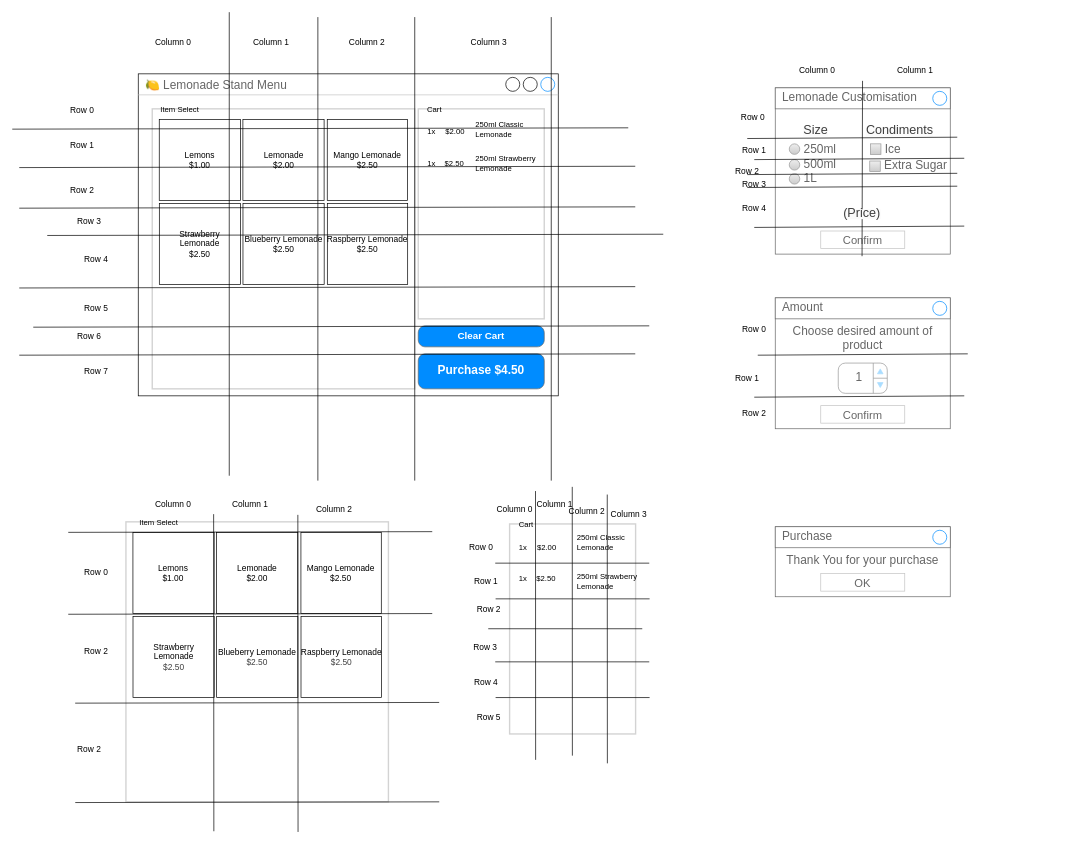
Earlier version of the draw.io diagram Lemonade_Stand_Sandbox.drawio (MAL-12DGT-2025/tkinter-projects-MichaelHayesMC). Source tidied: cells renumbered, new cells numbered last; positions are measured from the earlier drawing's top-left corner, leaving out a move shared by most shapes. Both pictures are drawn from the tidied source at 70%, with x=0, y=0 at pixel (12, 12).
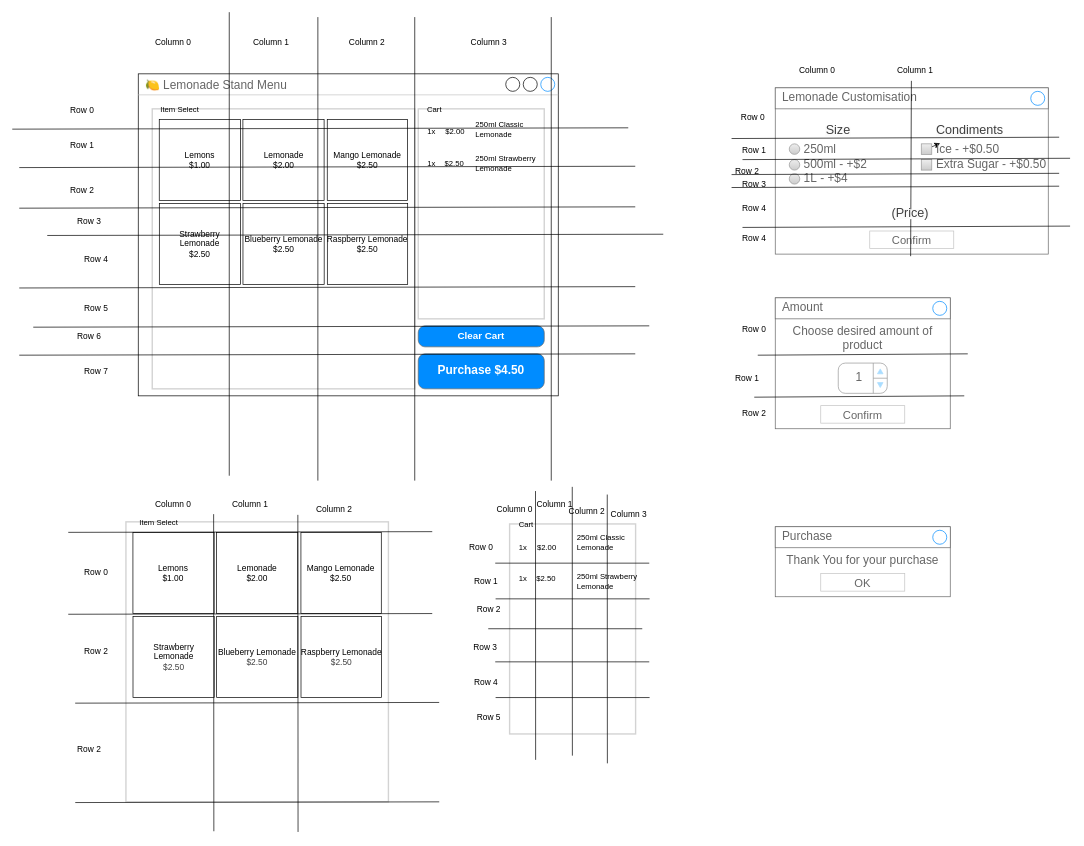
The same page after the edit.

Commit message (it also covers changes not shown here):
Finished popups

Diff of the diagram source:
```diff
@@
     <mxCell id="29" style="strokeWidth=1;shadow=0;dashed=0;align=center;html=1;shape=mxgraph.mockup.containers.rrect;rSize=0;strokeColor=#666666;fontColor=#666666;fontSize=17;verticalAlign=top;whiteSpace=wrap;fillColor=#ffffff;spacingTop=32;" parent="1" vertex="1">
-      <mxGeometry x="1090" y="108" width="250" height="237.5" as="geometry" />
+      <mxGeometry x="1090" y="108" width="390" height="237.5" as="geometry" />
     </mxCell>
     <mxCell id="30" value="Lemonade Customisation" style="strokeWidth=1;shadow=0;dashed=0;align=center;html=1;shape=mxgraph.mockup.containers.rrect;rSize=0;fontSize=17;fontColor=#666666;strokeColor=#666666;align=left;spacingLeft=8;fillColor=#ffffff;whiteSpace=wrap;" parent="29" vertex="1">
-      <mxGeometry width="250" height="30" relative="1" as="geometry" />
+      <mxGeometry width="390" height="30" relative="1" as="geometry" />
     </mxCell>
@@
     <mxCell id="33" value="&lt;span style=&quot;color: rgb(63, 63, 63); font-family: Helvetica; font-style: normal; font-variant-ligatures: normal; font-variant-caps: normal; font-weight: 400; letter-spacing: normal; orphans: 2; text-indent: 0px; text-transform: none; widows: 2; word-spacing: 0px; -webkit-text-stroke-width: 0px; white-space: normal; background-color: rgb(251, 251, 251); text-decoration-thickness: initial; text-decoration-style: initial; text-decoration-color: initial; float: none; display: inline !important;&quot;&gt;&lt;font style=&quot;font-size: 18px;&quot;&gt;Size&lt;/font&gt;&lt;/span&gt;" style="text;whiteSpace=wrap;html=1;fontSize=12;align=center;verticalAlign=middle;" parent="29" vertex="1">
-      <mxGeometry x="31" y="42.5" width="54" height="37.5" as="geometry" />
+      <mxGeometry x="48.4" y="42.5" width="84.2" height="37.5" as="geometry" />
     </mxCell>
     <mxCell id="34" value="&lt;span style=&quot;color: rgb(63, 63, 63); font-family: Helvetica; font-style: normal; font-variant-ligatures: normal; font-variant-caps: normal; font-weight: 400; letter-spacing: normal; orphans: 2; text-indent: 0px; text-transform: none; widows: 2; word-spacing: 0px; -webkit-text-stroke-width: 0px; white-space: normal; background-color: rgb(251, 251, 251); text-decoration-thickness: initial; text-decoration-style: initial; text-decoration-color: initial; float: none; display: inline !important;&quot;&gt;&lt;font style=&quot;font-size: 18px;&quot;&gt;Condiments&lt;/font&gt;&lt;/span&gt;" style="text;whiteSpace=wrap;html=1;fontSize=12;align=center;verticalAlign=middle;" parent="29" vertex="1">
-      <mxGeometry x="151" y="42.5" width="54" height="37.5" as="geometry" />
+      <mxGeometry x="235.6" y="42.5" width="84.2" height="37.5" as="geometry" />
     </mxCell>
@@
-    <mxCell id="36" value="500ml" style="shape=ellipse;fillColor=#eeeeee;strokeColor=#999999;gradientColor=#cccccc;html=1;align=left;spacingLeft=4;fontSize=17;fontColor=#666666;labelPosition=right;shadow=0;" parent="29" vertex="1">
+    <mxCell id="36" value="500ml - +$2" style="shape=ellipse;fillColor=#eeeeee;strokeColor=#999999;gradientColor=#cccccc;html=1;align=left;spacingLeft=4;fontSize=17;fontColor=#666666;labelPosition=right;shadow=0;" parent="29" vertex="1">
       <mxGeometry x="20" y="102.5" width="15" height="15" as="geometry" />
     </mxCell>
-    <mxCell id="37" value="1L" style="shape=ellipse;fillColor=#eeeeee;strokeColor=#999999;gradientColor=#cccccc;html=1;align=left;spacingLeft=4;fontSize=17;fontColor=#666666;labelPosition=right;shadow=0;" parent="29" vertex="1">
+    <mxCell id="37" value="1L&amp;nbsp;&lt;span style=&quot;color: rgb(102, 102, 102);&quot;&gt;- +$4&lt;/span&gt;" style="shape=ellipse;fillColor=#eeeeee;strokeColor=#999999;gradientColor=#cccccc;html=1;align=left;spacingLeft=4;fontSize=17;fontColor=#666666;labelPosition=right;shadow=0;" parent="29" vertex="1">
       <mxGeometry x="20" y="122.5" width="15" height="15" as="geometry" />
     </mxCell>
+    <mxCell id="129" style="edgeStyle=none;html=1;" parent="29" edge="1" source="38" target="34">
+      <mxGeometry relative="1" as="geometry" />
+    </mxCell>
-    <mxCell id="38" value="Ice" style="strokeWidth=1;shadow=0;dashed=0;align=center;html=1;shape=mxgraph.mockup.forms.rrect;rSize=0;fillColor=#eeeeee;strokeColor=#999999;gradientColor=#cccccc;align=left;spacingLeft=4;fontSize=17;fontColor=#666666;labelPosition=right;" parent="29" vertex="1">
-      <mxGeometry x="136" y="80" width="15" height="15" as="geometry" />
+    <mxCell id="38" value="Ice - +$0.50" style="strokeWidth=1;shadow=0;dashed=0;align=center;html=1;shape=mxgraph.mockup.forms.rrect;rSize=0;fillColor=#eeeeee;strokeColor=#999999;gradientColor=#cccccc;align=left;spacingLeft=4;fontSize=17;fontColor=#666666;labelPosition=right;" parent="29" vertex="1">
+      <mxGeometry x="208.6" y="80" width="15" height="15" as="geometry" />
     </mxCell>
-    <mxCell id="39" value="Extra&amp;nbsp;&lt;span style=&quot;background-color: transparent;&quot;&gt;Sugar&lt;/span&gt;" style="strokeWidth=1;shadow=0;dashed=0;align=center;html=1;shape=mxgraph.mockup.forms.rrect;rSize=0;fillColor=#eeeeee;strokeColor=#999999;gradientColor=#cccccc;align=left;spacingLeft=4;fontSize=17;fontColor=#666666;labelPosition=right;" parent="29" vertex="1">
-      <mxGeometry x="135" y="104.5" width="15" height="15" as="geometry" />
+    <mxCell id="39" value="Extra&amp;nbsp;&lt;span style=&quot;background-color: transparent;&quot;&gt;Sugar - +$0.50&lt;/span&gt;" style="strokeWidth=1;shadow=0;dashed=0;align=center;html=1;shape=mxgraph.mockup.forms.rrect;rSize=0;fillColor=#eeeeee;strokeColor=#999999;gradientColor=#cccccc;align=left;spacingLeft=4;fontSize=17;fontColor=#666666;labelPosition=right;" parent="29" vertex="1">
+      <mxGeometry x="208.6" y="102.5" width="15" height="15" as="geometry" />
     </mxCell>
     <mxCell id="40" style="endArrow=none;html=1;" parent="29" edge="1">
       <mxGeometry relative="1" as="geometry">
-        <mxPoint x="260" y="70.5" as="sourcePoint" />
-        <mxPoint x="-40" y="72.4" as="targetPoint" />
+        <mxPoint x="405.6" y="70.5" as="sourcePoint" />
+        <mxPoint x="-62.4" y="72.4" as="targetPoint" />
       </mxGeometry>
     </mxCell>
     <mxCell id="41" style="endArrow=none;html=1;" parent="29" edge="1">
       <mxGeometry relative="1" as="geometry">
-        <mxPoint x="270" y="100.6" as="sourcePoint" />
-        <mxPoint x="-30" y="102.5" as="targetPoint" />
+        <mxPoint x="421.2" y="100.6" as="sourcePoint" />
+        <mxPoint x="-46.8" y="102.5" as="targetPoint" />
       </mxGeometry>
     </mxCell>
     <mxCell id="42" style="endArrow=none;html=1;" parent="29" edge="1">
       <mxGeometry relative="1" as="geometry">
-        <mxPoint x="260" y="122.1" as="sourcePoint" />
-        <mxPoint x="-40" y="123.9" as="targetPoint" />
+        <mxPoint x="405.6" y="122.1" as="sourcePoint" />
+        <mxPoint x="-62.4" y="123.9" as="targetPoint" />
       </mxGeometry>
     </mxCell>
     <mxCell id="43" style="endArrow=none;html=1;" parent="29" edge="1">
       <mxGeometry relative="1" as="geometry">
-        <mxPoint x="260" y="140.5" as="sourcePoint" />
-        <mxPoint x="-40" y="142.4" as="targetPoint" />
+        <mxPoint x="405.6" y="140.5" as="sourcePoint" />
+        <mxPoint x="-62.4" y="142.4" as="targetPoint" />
       </mxGeometry>
     </mxCell>
     <mxCell id="44" style="endArrow=none;html=1;" parent="29" edge="1">
       <mxGeometry relative="1" as="geometry">
-        <mxPoint x="124.7" y="-10" as="sourcePoint" />
-        <mxPoint x="124" y="240.5" as="targetPoint" />
+        <mxPoint x="194.5" y="-10" as="sourcePoint" />
+        <mxPoint x="193.4" y="240.5" as="targetPoint" />
       </mxGeometry>
     </mxCell>
     <mxCell id="45" value="&lt;span style=&quot;color: rgb(63, 63, 63); font-family: Helvetica; font-style: normal; font-variant-ligatures: normal; font-variant-caps: normal; font-weight: 400; letter-spacing: normal; orphans: 2; text-indent: 0px; text-transform: none; widows: 2; word-spacing: 0px; -webkit-text-stroke-width: 0px; white-space: normal; background-color: rgb(251, 251, 251); text-decoration-thickness: initial; text-decoration-style: initial; text-decoration-color: initial; float: none; display: inline !important;&quot;&gt;&lt;font style=&quot;font-size: 18px;&quot;&gt;(Price)&lt;/font&gt;&lt;/span&gt;" style="text;whiteSpace=wrap;html=1;fontSize=12;align=center;verticalAlign=middle;" parent="29" vertex="1">
-      <mxGeometry x="97" y="160" width="54" height="37.5" as="geometry" />
+      <mxGeometry x="151.3" y="160" width="84.2" height="37.5" as="geometry" />
     </mxCell>
     <mxCell id="46" style="endArrow=none;html=1;" parent="29" edge="1">
       <mxGeometry relative="1" as="geometry">
-        <mxPoint x="270" y="197.5" as="sourcePoint" />
-        <mxPoint x="-30" y="199.4" as="targetPoint" />
+        <mxPoint x="421.2" y="197.5" as="sourcePoint" />
+        <mxPoint x="-46.8" y="199.4" as="targetPoint" />
       </mxGeometry>
     </mxCell>
@@
+    <mxCell id="130" value="Row 4" style="text;html=1;align=center;verticalAlign=middle;whiteSpace=wrap;rounded=0;" parent="1" vertex="1">
+      <mxGeometry x="1030" y="308" width="60" height="30" as="geometry" />
+    </mxCell>
```
